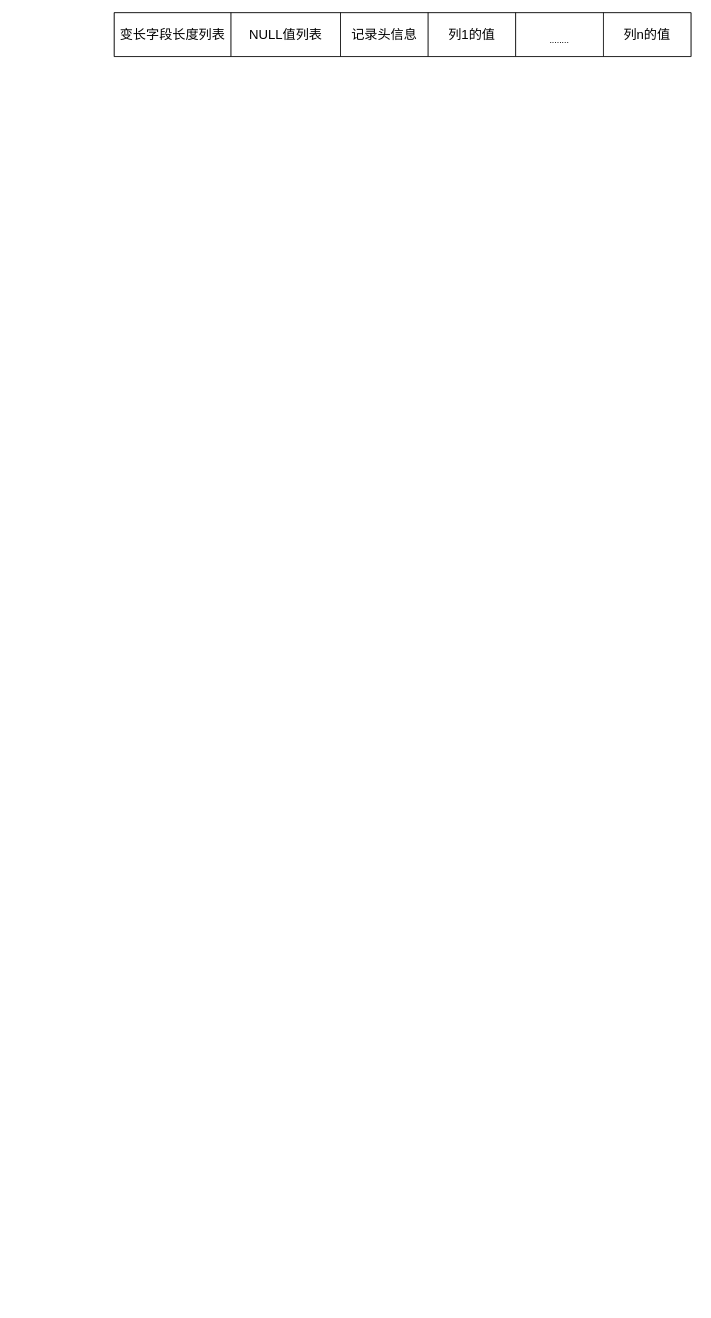
Above: 未命名绘图.drawio in tangweike778/graphs (draw.io), before the change. Source tidied: cells renumbered, new cells numbered last; positions are measured from the earlier drawing's top-left corner, leaving out a move shared by most shapes. Both pictures are drawn from the tidied source at 73%, with x=0, y=0 at pixel (114, 12).
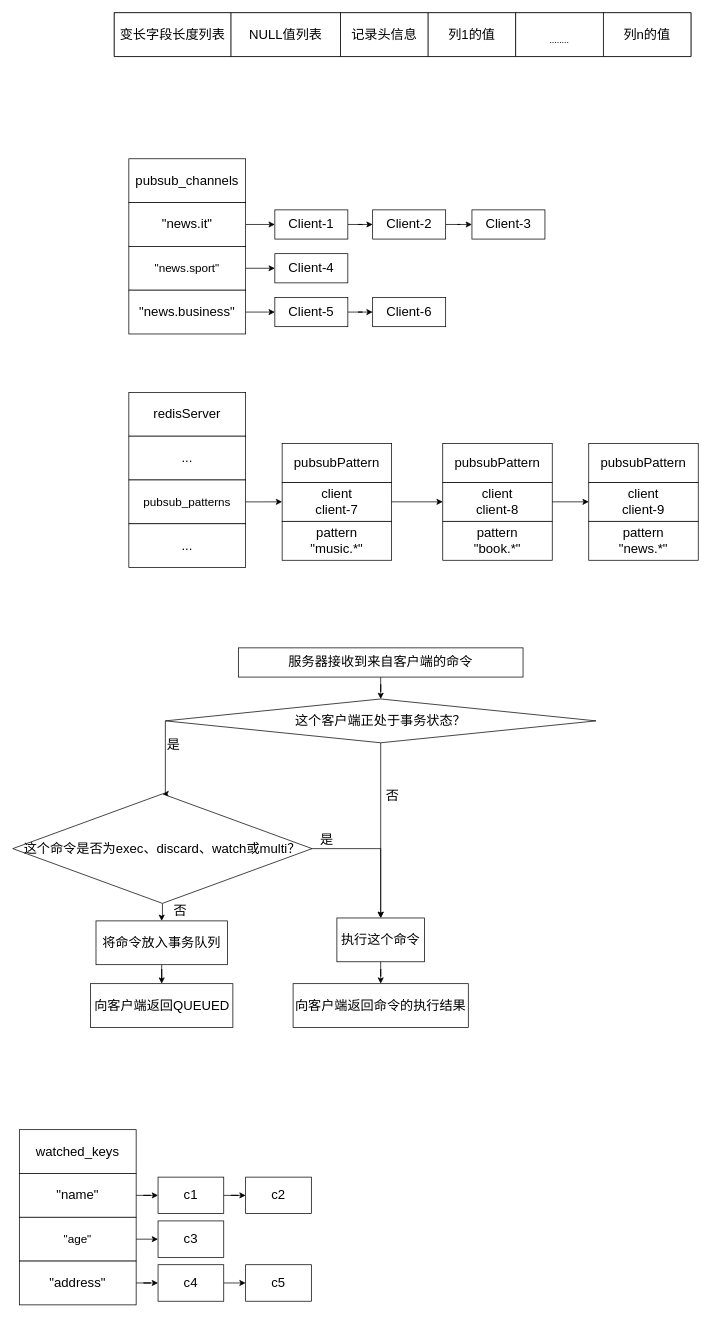
The same diagram, later.

Commit message:
更新未命名绘图.drawio

Diff of the diagram source:
```diff
@@
+    <mxCell id="9" value="&lt;font style=&quot;font-size: 18px;&quot;&gt;pubsub_channels&lt;/font&gt;" style="rounded=0;whiteSpace=wrap;html=1;" parent="1" vertex="1">
+      <mxGeometry x="20" y="200" width="160" height="60" as="geometry" />
+    </mxCell>
+    <mxCell id="10" style="edgeStyle=orthogonalEdgeStyle;rounded=0;jettySize=auto;html=1;" parent="1" edge="1" source="11" target="17">
+      <mxGeometry relative="1" as="geometry" />
+    </mxCell>
+    <mxCell id="11" value="&lt;font style=&quot;font-size: 18px;&quot;&gt;&quot;news.it&quot;&lt;/font&gt;" style="rounded=0;whiteSpace=wrap;html=1;" parent="1" vertex="1">
+      <mxGeometry x="20" y="260" width="160" height="60" as="geometry" />
+    </mxCell>
+    <mxCell id="12" style="edgeStyle=orthogonalEdgeStyle;rounded=0;jettySize=auto;html=1;" parent="1" edge="1" source="13" target="21">
+      <mxGeometry relative="1" as="geometry" />
+    </mxCell>
+    <mxCell id="13" value="&lt;font size=&quot;3&quot;&gt;&quot;news.sport&quot;&lt;/font&gt;" style="rounded=0;whiteSpace=wrap;html=1;" parent="1" vertex="1">
+      <mxGeometry x="20" y="320" width="160" height="60" as="geometry" />
+    </mxCell>
+    <mxCell id="14" style="edgeStyle=orthogonalEdgeStyle;rounded=0;jettySize=auto;html=1;" parent="1" edge="1" source="15" target="23">
+      <mxGeometry relative="1" as="geometry" />
+    </mxCell>
+    <mxCell id="15" value="&lt;font style=&quot;font-size: 18px;&quot;&gt;&quot;news.business&quot;&lt;/font&gt;" style="rounded=0;whiteSpace=wrap;html=1;" parent="1" vertex="1">
+      <mxGeometry x="20" y="380" width="160" height="60" as="geometry" />
+    </mxCell>
+    <mxCell id="16" style="edgeStyle=orthogonalEdgeStyle;rounded=0;jettySize=auto;html=1;" parent="1" edge="1" source="17" target="19">
+      <mxGeometry relative="1" as="geometry" />
+    </mxCell>
+    <mxCell id="17" value="&lt;font style=&quot;font-size: 18px;&quot;&gt;Client-1&lt;/font&gt;" style="whiteSpace=wrap;html=1;rounded=0;" parent="1" vertex="1">
+      <mxGeometry x="220" y="270" width="100" height="40" as="geometry" />
+    </mxCell>
+    <mxCell id="18" style="edgeStyle=orthogonalEdgeStyle;rounded=0;jettySize=auto;html=1;" parent="1" edge="1" source="19" target="20">
+      <mxGeometry relative="1" as="geometry" />
+    </mxCell>
+    <mxCell id="19" value="&lt;font style=&quot;font-size: 18px;&quot;&gt;Client-2&lt;br&gt;&lt;/font&gt;" style="whiteSpace=wrap;html=1;rounded=0;" parent="1" vertex="1">
+      <mxGeometry x="354" y="270" width="100" height="40" as="geometry" />
+    </mxCell>
+    <mxCell id="20" value="&lt;font style=&quot;font-size: 18px;&quot;&gt;Client-3&lt;/font&gt;" style="whiteSpace=wrap;html=1;rounded=0;" parent="1" vertex="1">
+      <mxGeometry x="490" y="270" width="100" height="40" as="geometry" />
+    </mxCell>
+    <mxCell id="21" value="&lt;font style=&quot;font-size: 18px;&quot;&gt;Client-4&lt;/font&gt;" style="whiteSpace=wrap;html=1;rounded=0;" parent="1" vertex="1">
+      <mxGeometry x="220" y="330" width="100" height="40" as="geometry" />
+    </mxCell>
+    <mxCell id="22" style="edgeStyle=orthogonalEdgeStyle;rounded=0;jettySize=auto;html=1;" parent="1" edge="1" source="23" target="24">
+      <mxGeometry relative="1" as="geometry" />
+    </mxCell>
+    <mxCell id="23" value="&lt;font style=&quot;font-size: 18px;&quot;&gt;Client-5&lt;/font&gt;" style="whiteSpace=wrap;html=1;rounded=0;" parent="1" vertex="1">
+      <mxGeometry x="220" y="390" width="100" height="40" as="geometry" />
+    </mxCell>
+    <mxCell id="24" value="&lt;font style=&quot;font-size: 18px;&quot;&gt;Client-6&lt;/font&gt;" style="whiteSpace=wrap;html=1;rounded=0;" parent="1" vertex="1">
+      <mxGeometry x="354" y="390" width="100" height="40" as="geometry" />
+    </mxCell>
+    <mxCell id="25" value="&lt;font style=&quot;font-size: 18px;&quot;&gt;redisServer&lt;/font&gt;" style="rounded=0;whiteSpace=wrap;html=1;" parent="1" vertex="1">
+      <mxGeometry x="20" y="520" width="160" height="60" as="geometry" />
+    </mxCell>
+    <mxCell id="26" value="&lt;font style=&quot;font-size: 18px;&quot;&gt;...&lt;/font&gt;" style="rounded=0;whiteSpace=wrap;html=1;" parent="1" vertex="1">
+      <mxGeometry x="20" y="580" width="160" height="60" as="geometry" />
+    </mxCell>
+    <mxCell id="27" style="edgeStyle=orthogonalEdgeStyle;rounded=0;jettySize=auto;html=1;" parent="1" edge="1" source="28" target="31">
+      <mxGeometry relative="1" as="geometry" />
+    </mxCell>
+    <mxCell id="28" value="&lt;font size=&quot;3&quot;&gt;pubsub_patterns&lt;/font&gt;" style="rounded=0;whiteSpace=wrap;html=1;" parent="1" vertex="1">
+      <mxGeometry x="20" y="640" width="160" height="60" as="geometry" />
+    </mxCell>
+    <mxCell id="29" value="&lt;font style=&quot;font-size: 18px;&quot;&gt;...&lt;/font&gt;" style="rounded=0;whiteSpace=wrap;html=1;" parent="1" vertex="1">
+      <mxGeometry x="20" y="700" width="160" height="60" as="geometry" />
+    </mxCell>
+    <mxCell id="30" style="group;" parent="1" vertex="1">
+      <mxGeometry x="230" y="590" width="150" height="160" as="geometry" />
+    </mxCell>
+    <mxCell id="31" value="&lt;font style=&quot;font-size: 18px;&quot;&gt;client&lt;br&gt;client-7&lt;/font&gt;" style="whiteSpace=wrap;html=1;rounded=0;" parent="30" vertex="1">
+      <mxGeometry y="53.3" width="150" height="53.3" as="geometry" />
+    </mxCell>
+    <mxCell id="32" value="&lt;font style=&quot;font-size: 18px;&quot;&gt;pubsubPattern&lt;/font&gt;" style="whiteSpace=wrap;html=1;rounded=0;" parent="30" vertex="1">
+      <mxGeometry width="150" height="53.3" as="geometry" />
+    </mxCell>
+    <mxCell id="33" value="&lt;font style=&quot;font-size: 18px;&quot;&gt;pattern&lt;br&gt;&quot;music.*&quot;&lt;/font&gt;" style="whiteSpace=wrap;html=1;rounded=0;" parent="30" vertex="1">
+      <mxGeometry y="106.7" width="150" height="53.3" as="geometry" />
+    </mxCell>
+    <mxCell id="34" style="group;" parent="1" vertex="1">
+      <mxGeometry x="450" y="590" width="150" height="160" as="geometry" />
+    </mxCell>
+    <mxCell id="35" value="&lt;font style=&quot;font-size: 18px;&quot;&gt;client&lt;br&gt;client-8&lt;/font&gt;" style="whiteSpace=wrap;html=1;rounded=0;" parent="34" vertex="1">
+      <mxGeometry y="53.3" width="150" height="53.3" as="geometry" />
+    </mxCell>
+    <mxCell id="36" value="&lt;font style=&quot;font-size: 18px;&quot;&gt;pubsubPattern&lt;/font&gt;" style="whiteSpace=wrap;html=1;rounded=0;" parent="34" vertex="1">
+      <mxGeometry width="150" height="53.3" as="geometry" />
+    </mxCell>
+    <mxCell id="37" value="&lt;font style=&quot;font-size: 18px;&quot;&gt;pattern&lt;br&gt;&quot;book.*&quot;&lt;/font&gt;" style="whiteSpace=wrap;html=1;rounded=0;" parent="34" vertex="1">
+      <mxGeometry y="106.7" width="150" height="53.3" as="geometry" />
+    </mxCell>
+    <mxCell id="38" style="endArrow=classic;html=1;rounded=0;exitX=1;exitY=0.5;exitDx=0;exitDy=0;entryX=0;entryY=0.5;entryDx=0;entryDy=0;" parent="1" edge="1" source="31" target="35">
+      <mxGeometry relative="1" as="geometry" />
+    </mxCell>
+    <mxCell id="39" style="group;" parent="1" vertex="1">
+      <mxGeometry x="650" y="590" width="150" height="160" as="geometry" />
+    </mxCell>
+    <mxCell id="40" value="&lt;font style=&quot;font-size: 18px;&quot;&gt;client&lt;br&gt;client-9&lt;/font&gt;" style="whiteSpace=wrap;html=1;rounded=0;" parent="39" vertex="1">
+      <mxGeometry y="53.3" width="150" height="53.3" as="geometry" />
+    </mxCell>
+    <mxCell id="41" value="&lt;font style=&quot;font-size: 18px;&quot;&gt;pubsubPattern&lt;/font&gt;" style="whiteSpace=wrap;html=1;rounded=0;" parent="39" vertex="1">
+      <mxGeometry width="150" height="53.3" as="geometry" />
+    </mxCell>
+    <mxCell id="42" value="&lt;font style=&quot;font-size: 18px;&quot;&gt;pattern&lt;br&gt;&quot;news.*&quot;&lt;/font&gt;" style="whiteSpace=wrap;html=1;rounded=0;" parent="39" vertex="1">
+      <mxGeometry y="106.7" width="150" height="53.3" as="geometry" />
+    </mxCell>
+    <mxCell id="43" style="endArrow=classic;html=1;rounded=0;exitX=1;exitY=0.5;exitDx=0;exitDy=0;entryX=0;entryY=0.5;entryDx=0;entryDy=0;" parent="1" edge="1" source="35" target="40">
+      <mxGeometry relative="1" as="geometry" />
+    </mxCell>
+    <mxCell id="44" style="edgeStyle=orthogonalEdgeStyle;rounded=0;jettySize=auto;html=1;" parent="1" edge="1" source="45" target="48">
+      <mxGeometry relative="1" as="geometry" />
+    </mxCell>
+    <mxCell id="45" value="&lt;font style=&quot;font-size: 18px;&quot;&gt;服务器接收到来自客户端的命令&lt;/font&gt;" style="rounded=0;whiteSpace=wrap;html=1;" parent="1" vertex="1">
+      <mxGeometry x="170" y="870" width="390" height="40" as="geometry" />
+    </mxCell>
+    <mxCell id="46" style="edgeStyle=orthogonalEdgeStyle;rounded=0;jettySize=auto;html=1;entryX=0.5;entryY=0;entryDx=0;entryDy=0;exitX=0;exitY=0.5;exitDx=0;exitDy=0;" parent="1" edge="1" source="48" target="51">
+      <mxGeometry relative="1" as="geometry">
+        <Array as="points">
+          <mxPoint x="70" y="1070" />
+        </Array>
+      </mxGeometry>
+    </mxCell>
+    <mxCell id="47" style="edgeStyle=orthogonalEdgeStyle;rounded=0;jettySize=auto;html=1;" parent="1" edge="1" source="48" target="54">
+      <mxGeometry relative="1" as="geometry" />
+    </mxCell>
+    <mxCell id="48" value="&lt;font style=&quot;font-size: 18px;&quot;&gt;这个客户端正处于事务状态？&lt;/font&gt;" style="rhombus;whiteSpace=wrap;html=1;rounded=0;" parent="1" vertex="1">
+      <mxGeometry x="70" y="940" width="590" height="60" as="geometry" />
+    </mxCell>
+    <mxCell id="49" style="edgeStyle=orthogonalEdgeStyle;rounded=0;jettySize=auto;html=1;exitX=1;exitY=0.5;exitDx=0;exitDy=0;entryX=0.5;entryY=0;entryDx=0;entryDy=0;" parent="1" edge="1" source="51" target="54">
+      <mxGeometry relative="1" as="geometry" />
+    </mxCell>
+    <mxCell id="50" style="edgeStyle=orthogonalEdgeStyle;rounded=0;jettySize=auto;html=1;" parent="1" edge="1" source="51" target="58">
+      <mxGeometry relative="1" as="geometry" />
+    </mxCell>
+    <mxCell id="51" value="&lt;font style=&quot;font-size: 18px;&quot;&gt;这个命令是否为exec、discard、watch或multi？&lt;/font&gt;" style="rhombus;whiteSpace=wrap;html=1;rounded=0;" parent="1" vertex="1">
+      <mxGeometry x="-139" y="1070" width="410" height="150" as="geometry" />
+    </mxCell>
+    <mxCell id="52" value="&lt;font style=&quot;font-size: 18px;&quot;&gt;是&lt;/font&gt;" style="text;html=1;align=center;verticalAlign=middle;strokeColor=none;fillColor=none;" parent="1" vertex="1">
+      <mxGeometry x="61" y="983" width="40" height="40" as="geometry" />
+    </mxCell>
+    <mxCell id="53" style="edgeStyle=orthogonalEdgeStyle;rounded=0;jettySize=auto;html=1;" parent="1" edge="1" source="54" target="60">
+      <mxGeometry relative="1" as="geometry" />
+    </mxCell>
+    <mxCell id="54" value="&lt;font style=&quot;font-size: 18px;&quot;&gt;执行这个命令&lt;/font&gt;" style="whiteSpace=wrap;html=1;rounded=0;" parent="1" vertex="1">
+      <mxGeometry x="305" y="1240" width="120" height="60" as="geometry" />
+    </mxCell>
+    <mxCell id="55" value="&lt;font style=&quot;font-size: 18px;&quot;&gt;否&lt;/font&gt;" style="text;html=1;align=center;verticalAlign=middle;strokeColor=none;fillColor=none;" parent="1" vertex="1">
+      <mxGeometry x="361" y="1053" width="40" height="40" as="geometry" />
+    </mxCell>
+    <mxCell id="56" value="&lt;font style=&quot;font-size: 18px;&quot;&gt;是&lt;/font&gt;" style="text;html=1;align=center;verticalAlign=middle;strokeColor=none;fillColor=none;" parent="1" vertex="1">
+      <mxGeometry x="271" y="1113" width="40" height="40" as="geometry" />
+    </mxCell>
+    <mxCell id="57" style="edgeStyle=orthogonalEdgeStyle;rounded=0;jettySize=auto;html=1;" parent="1" edge="1" source="58" target="59">
+      <mxGeometry relative="1" as="geometry" />
+    </mxCell>
+    <mxCell id="58" value="&lt;font style=&quot;font-size: 18px;&quot;&gt;将命令放入事务队列&lt;/font&gt;" style="whiteSpace=wrap;html=1;rounded=0;" parent="1" vertex="1">
+      <mxGeometry x="-25" y="1244" width="180" height="60" as="geometry" />
+    </mxCell>
+    <mxCell id="59" value="&lt;font style=&quot;font-size: 18px;&quot;&gt;向客户端返回QUEUED&lt;/font&gt;" style="whiteSpace=wrap;html=1;rounded=0;" parent="1" vertex="1">
+      <mxGeometry x="-32.5" y="1330" width="195" height="60" as="geometry" />
+    </mxCell>
+    <mxCell id="60" value="&lt;font style=&quot;font-size: 18px;&quot;&gt;向客户端返回命令的执行结果&lt;/font&gt;" style="whiteSpace=wrap;html=1;rounded=0;" parent="1" vertex="1">
+      <mxGeometry x="245" y="1330" width="240" height="60" as="geometry" />
+    </mxCell>
+    <mxCell id="61" value="&lt;font style=&quot;font-size: 18px;&quot;&gt;否&lt;/font&gt;" style="text;html=1;align=center;verticalAlign=middle;strokeColor=none;fillColor=none;" parent="1" vertex="1">
+      <mxGeometry x="70" y="1210" width="40" height="40" as="geometry" />
+    </mxCell>
+    <mxCell id="62" style="group;" parent="1" vertex="1">
+      <mxGeometry x="-130" y="1530" width="400" height="240" as="geometry" />
+    </mxCell>
+    <mxCell id="63" value="&lt;font style=&quot;font-size: 18px;&quot;&gt;watched_keys&lt;/font&gt;" style="rounded=0;whiteSpace=wrap;html=1;" parent="62" vertex="1">
+      <mxGeometry width="160" height="60" as="geometry" />
+    </mxCell>
+    <mxCell id="64" value="&lt;font style=&quot;font-size: 18px;&quot;&gt;&quot;name&quot;&lt;/font&gt;" style="rounded=0;whiteSpace=wrap;html=1;" parent="62" vertex="1">
+      <mxGeometry y="60" width="160" height="60" as="geometry" />
+    </mxCell>
+    <mxCell id="65" style="edgeStyle=orthogonalEdgeStyle;rounded=0;jettySize=auto;html=1;exitX=1;exitY=0.5;exitDx=0;exitDy=0;entryX=0;entryY=0.5;entryDx=0;entryDy=0;" parent="62" edge="1" source="66" target="71">
+      <mxGeometry relative="1" as="geometry" />
+    </mxCell>
+    <mxCell id="66" value="&lt;font size=&quot;3&quot;&gt;&quot;age&quot;&lt;/font&gt;" style="rounded=0;whiteSpace=wrap;html=1;" parent="62" vertex="1">
+      <mxGeometry y="120" width="160" height="60" as="geometry" />
+    </mxCell>
+    <mxCell id="67" style="edgeStyle=orthogonalEdgeStyle;rounded=0;jettySize=auto;html=1;exitX=1;exitY=0.5;exitDx=0;exitDy=0;" parent="62" edge="1" source="68" target="73">
+      <mxGeometry relative="1" as="geometry" />
+    </mxCell>
+    <mxCell id="68" value="&lt;font style=&quot;font-size: 18px;&quot;&gt;&quot;address&quot;&lt;/font&gt;" style="rounded=0;whiteSpace=wrap;html=1;" parent="62" vertex="1">
+      <mxGeometry y="180" width="160" height="60" as="geometry" />
+    </mxCell>
+    <mxCell id="69" value="&lt;font style=&quot;font-size: 18px;&quot;&gt;c1&lt;/font&gt;" style="rounded=0;whiteSpace=wrap;html=1;" parent="62" vertex="1">
+      <mxGeometry x="190" y="65" width="90" height="50" as="geometry" />
+    </mxCell>
+    <mxCell id="70" style="edgeStyle=orthogonalEdgeStyle;rounded=0;jettySize=auto;html=1;" parent="62" edge="1" source="64" target="69">
+      <mxGeometry relative="1" as="geometry" />
+    </mxCell>
+    <mxCell id="71" value="&lt;font style=&quot;font-size: 18px;&quot;&gt;c3&lt;/font&gt;" style="rounded=0;whiteSpace=wrap;html=1;" parent="62" vertex="1">
+      <mxGeometry x="190" y="125" width="90" height="50" as="geometry" />
+    </mxCell>
+    <mxCell id="72" style="edgeStyle=orthogonalEdgeStyle;rounded=0;jettySize=auto;html=1;exitX=1;exitY=0.5;exitDx=0;exitDy=0;entryX=0;entryY=0.5;entryDx=0;entryDy=0;" parent="62" edge="1" source="73" target="74">
+      <mxGeometry relative="1" as="geometry" />
+    </mxCell>
+    <mxCell id="73" value="&lt;font style=&quot;font-size: 18px;&quot;&gt;c4&lt;/font&gt;" style="rounded=0;whiteSpace=wrap;html=1;" parent="62" vertex="1">
+      <mxGeometry x="190" y="185" width="90" height="50" as="geometry" />
+    </mxCell>
+    <mxCell id="74" value="&lt;font style=&quot;font-size: 18px;&quot;&gt;c5&lt;/font&gt;" style="rounded=0;whiteSpace=wrap;html=1;" parent="62" vertex="1">
+      <mxGeometry x="310" y="185" width="90" height="50" as="geometry" />
+    </mxCell>
+    <mxCell id="75" value="&lt;font style=&quot;font-size: 18px;&quot;&gt;c2&lt;/font&gt;" style="rounded=0;whiteSpace=wrap;html=1;" parent="1" vertex="1">
+      <mxGeometry x="180" y="1595" width="90" height="50" as="geometry" />
+    </mxCell>
+    <mxCell id="76" style="edgeStyle=orthogonalEdgeStyle;rounded=0;jettySize=auto;html=1;" parent="1" edge="1" source="69" target="75">
+      <mxGeometry relative="1" as="geometry" />
+    </mxCell>
```
